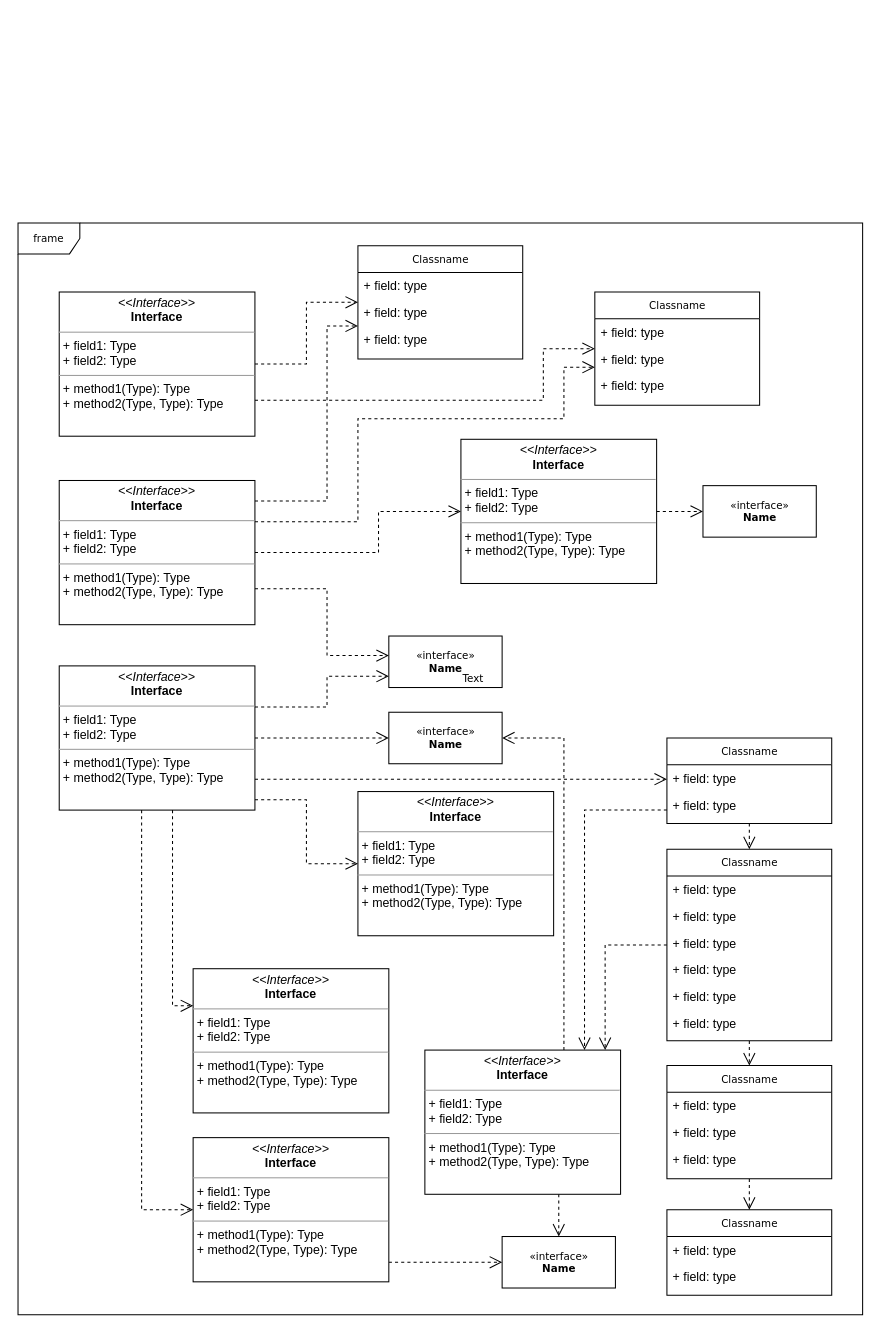
Earlier version of the draw.io diagram Untitled Diagram.drawio (yangj404/ReadABook_Introduction_to_the_design_of_algorithm). Source tidied: cells renumbered, new cells numbered last; positions are measured from the earlier drawing's top-left corner, leaving out a move shared by most shapes. Both pictures are drawn from the tidied source at 103%, with x=0, y=0 at pixel (18, 222).
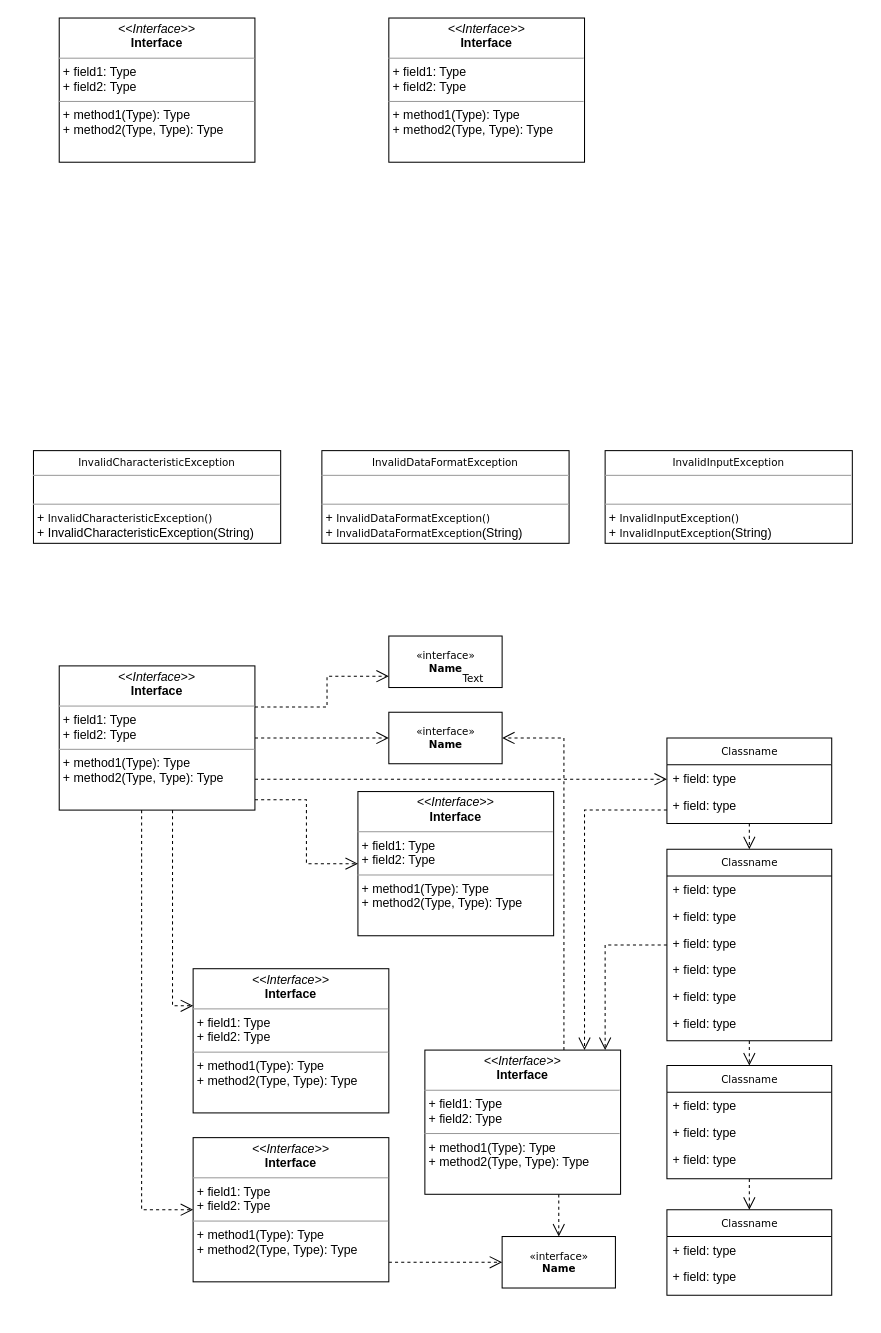
The same diagram, later.

Unchanged cells that the change refers to:
```xml
<mxCell id="41" value="&amp;laquo;interface&amp;raquo;&lt;br&gt;&lt;b&gt;Name&lt;/b&gt;" style="html=1;rounded=0;shadow=0;comic=0;labelBackgroundColor=none;strokeWidth=1;fontFamily=Verdana;fontSize=10;align=center;" parent="1" vertex="1">
  <mxGeometry x="360" y="401" width="110" height="50" as="geometry" />
</mxCell>
```

Change to the diagram source:
```diff
@@
-    <mxCell id="2" value="frame" style="shape=umlFrame;whiteSpace=wrap;html=1;rounded=0;shadow=0;comic=0;labelBackgroundColor=none;strokeWidth=1;fontFamily=Verdana;fontSize=10;align=center;" parent="1" vertex="1">
-      <mxGeometry width="820" height="1060" as="geometry" />
-    </mxCell>
@@
-    <mxCell id="12" value="Classname" style="swimlane;html=1;fontStyle=0;horizontal=1;startSize=26;fillColor=none;swimlaneFillColor=#ffffff;rounded=0;shadow=0;comic=0;labelBackgroundColor=none;strokeWidth=1;fontFamily=Verdana;fontSize=10;align=center;" parent="1" vertex="1">
-      <mxGeometry x="330" y="22" width="160" height="110" as="geometry" />
-    </mxCell>
-    <mxCell id="13" value="+ field: type" style="text;html=1;strokeColor=none;fillColor=none;align=left;verticalAlign=top;spacingLeft=4;spacingRight=4;whiteSpace=wrap;overflow=hidden;" parent="12" vertex="1">
-      <mxGeometry y="26" width="160" height="26" as="geometry" />
-    </mxCell>
-    <mxCell id="14" value="+ field: type" style="text;html=1;strokeColor=none;fillColor=none;align=left;verticalAlign=top;spacingLeft=4;spacingRight=4;whiteSpace=wrap;overflow=hidden;" parent="12" vertex="1">
-      <mxGeometry y="52" width="160" height="26" as="geometry" />
-    </mxCell>
-    <mxCell id="15" value="+ field: type" style="text;html=1;strokeColor=none;fillColor=none;align=left;verticalAlign=top;spacingLeft=4;spacingRight=4;whiteSpace=wrap;overflow=hidden;" parent="12" vertex="1">
-      <mxGeometry y="78" width="160" height="26" as="geometry" />
-    </mxCell>
-    <mxCell id="16" value="Classname" style="swimlane;html=1;fontStyle=0;horizontal=1;startSize=26;fillColor=none;swimlaneFillColor=#ffffff;rounded=0;shadow=0;comic=0;labelBackgroundColor=none;strokeWidth=1;fontFamily=Verdana;fontSize=10;align=center;" parent="1" vertex="1">
-      <mxGeometry x="560" y="67" width="160" height="110" as="geometry" />
-    </mxCell>
-    <mxCell id="17" value="+ field: type" style="text;html=1;strokeColor=none;fillColor=none;align=left;verticalAlign=top;spacingLeft=4;spacingRight=4;whiteSpace=wrap;overflow=hidden;" parent="16" vertex="1">
-      <mxGeometry y="26" width="160" height="26" as="geometry" />
-    </mxCell>
-    <mxCell id="18" value="+ field: type" style="text;html=1;strokeColor=none;fillColor=none;align=left;verticalAlign=top;spacingLeft=4;spacingRight=4;whiteSpace=wrap;overflow=hidden;" parent="16" vertex="1">
-      <mxGeometry y="52" width="160" height="26" as="geometry" />
-    </mxCell>
-    <mxCell id="19" value="+ field: type" style="text;html=1;strokeColor=none;fillColor=none;align=left;verticalAlign=top;spacingLeft=4;spacingRight=4;whiteSpace=wrap;overflow=hidden;" parent="16" vertex="1">
-      <mxGeometry y="78" width="160" height="26" as="geometry" />
-    </mxCell>
@@
-    <mxCell id="42" style="edgeStyle=orthogonalEdgeStyle;rounded=0;html=1;dashed=1;labelBackgroundColor=none;startFill=0;endArrow=open;endFill=0;endSize=10;fontFamily=Verdana;fontSize=10;" parent="1" edge="1" source="43" target="45">
-      <mxGeometry relative="1" as="geometry" />
-    </mxCell>
     <mxCell id="43" value="&lt;p style=&quot;margin:0px;margin-top:4px;text-align:center;&quot;&gt;&lt;i&gt;&amp;lt;&amp;lt;Interface&amp;gt;&amp;gt;&lt;/i&gt;&lt;br/&gt;&lt;b&gt;Interface&lt;/b&gt;&lt;/p&gt;&lt;hr size=&quot;1&quot;/&gt;&lt;p style=&quot;margin:0px;margin-left:4px;&quot;&gt;+ field1: Type&lt;br/&gt;+ field2: Type&lt;/p&gt;&lt;hr size=&quot;1&quot;/&gt;&lt;p style=&quot;margin:0px;margin-left:4px;&quot;&gt;+ method1(Type): Type&lt;br/&gt;+ method2(Type, Type): Type&lt;/p&gt;" style="verticalAlign=top;align=left;overflow=fill;fontSize=12;fontFamily=Helvetica;html=1;rounded=0;shadow=0;comic=0;labelBackgroundColor=none;strokeWidth=1;" parent="1" vertex="1">
-      <mxGeometry x="430" y="210" width="190" height="140" as="geometry" />
+      <mxGeometry x="40" y="-199" width="190" height="140" as="geometry" />
     </mxCell>
@@
-    <mxCell id="45" value="&amp;laquo;interface&amp;raquo;&lt;br&gt;&lt;b&gt;Name&lt;/b&gt;" style="html=1;rounded=0;shadow=0;comic=0;labelBackgroundColor=none;strokeWidth=1;fontFamily=Verdana;fontSize=10;align=center;" parent="1" vertex="1">
-      <mxGeometry x="665" y="255" width="110" height="50" as="geometry" />
-    </mxCell>
-    <mxCell id="46" style="edgeStyle=orthogonalEdgeStyle;rounded=0;html=1;labelBackgroundColor=none;startFill=0;endArrow=open;endFill=0;endSize=10;fontFamily=Verdana;fontSize=10;dashed=1;" parent="1" edge="1" source="48" target="12">
-      <mxGeometry relative="1" as="geometry" />
-    </mxCell>
-    <mxCell id="47" style="edgeStyle=orthogonalEdgeStyle;rounded=0;html=1;exitX=1;exitY=0.75;dashed=1;labelBackgroundColor=none;startFill=0;endArrow=open;endFill=0;endSize=10;fontFamily=Verdana;fontSize=10;" parent="1" edge="1" source="48" target="16">
-      <mxGeometry relative="1" as="geometry">
-        <Array as="points">
-          <mxPoint x="510" y="172" />
-          <mxPoint x="510" y="122" />
-        </Array>
-      </mxGeometry>
-    </mxCell>
-    <mxCell id="48" value="&lt;p style=&quot;margin:0px;margin-top:4px;text-align:center;&quot;&gt;&lt;i&gt;&amp;lt;&amp;lt;Interface&amp;gt;&amp;gt;&lt;/i&gt;&lt;br/&gt;&lt;b&gt;Interface&lt;/b&gt;&lt;/p&gt;&lt;hr size=&quot;1&quot;/&gt;&lt;p style=&quot;margin:0px;margin-left:4px;&quot;&gt;+ field1: Type&lt;br/&gt;+ field2: Type&lt;/p&gt;&lt;hr size=&quot;1&quot;/&gt;&lt;p style=&quot;margin:0px;margin-left:4px;&quot;&gt;+ method1(Type): Type&lt;br/&gt;+ method2(Type, Type): Type&lt;/p&gt;" style="verticalAlign=top;align=left;overflow=fill;fontSize=12;fontFamily=Helvetica;html=1;rounded=0;shadow=0;comic=0;labelBackgroundColor=none;strokeWidth=1;" parent="1" vertex="1">
-      <mxGeometry x="40" y="67" width="190" height="140" as="geometry" />
-    </mxCell>
-    <mxCell id="49" style="edgeStyle=orthogonalEdgeStyle;rounded=0;html=1;dashed=1;labelBackgroundColor=none;startFill=0;endArrow=open;endFill=0;endSize=10;fontFamily=Verdana;fontSize=10;" parent="1" edge="1" source="53" target="12">
-      <mxGeometry relative="1" as="geometry">
-        <Array as="points">
-          <mxPoint x="300" y="270" />
-          <mxPoint x="300" y="100" />
-        </Array>
-      </mxGeometry>
-    </mxCell>
-    <mxCell id="50" style="edgeStyle=orthogonalEdgeStyle;rounded=0;html=1;dashed=1;labelBackgroundColor=none;startFill=0;endArrow=open;endFill=0;endSize=10;fontFamily=Verdana;fontSize=10;" parent="1" edge="1" source="53" target="16">
-      <mxGeometry relative="1" as="geometry">
-        <Array as="points">
-          <mxPoint x="330" y="290" />
-          <mxPoint x="330" y="190" />
-          <mxPoint x="530" y="190" />
-          <mxPoint x="530" y="140" />
-        </Array>
-      </mxGeometry>
-    </mxCell>
-    <mxCell id="51" style="edgeStyle=orthogonalEdgeStyle;rounded=0;html=1;dashed=1;labelBackgroundColor=none;startFill=0;endArrow=open;endFill=0;endSize=10;fontFamily=Verdana;fontSize=10;" parent="1" edge="1" source="53" target="43">
-      <mxGeometry relative="1" as="geometry">
-        <Array as="points">
-          <mxPoint x="350" y="320" />
-          <mxPoint x="350" y="280" />
-        </Array>
-      </mxGeometry>
-    </mxCell>
-    <mxCell id="52" style="edgeStyle=orthogonalEdgeStyle;rounded=0;html=1;exitX=1;exitY=0.75;dashed=1;labelBackgroundColor=none;startFill=0;endArrow=open;endFill=0;endSize=10;fontFamily=Verdana;fontSize=10;" parent="1" edge="1" source="53" target="41">
-      <mxGeometry relative="1" as="geometry">
-        <Array as="points">
-          <mxPoint x="300" y="355" />
-          <mxPoint x="300" y="420" />
-        </Array>
-      </mxGeometry>
-    </mxCell>
-    <mxCell id="53" value="&lt;p style=&quot;margin:0px;margin-top:4px;text-align:center;&quot;&gt;&lt;i&gt;&amp;lt;&amp;lt;Interface&amp;gt;&amp;gt;&lt;/i&gt;&lt;br/&gt;&lt;b&gt;Interface&lt;/b&gt;&lt;/p&gt;&lt;hr size=&quot;1&quot;/&gt;&lt;p style=&quot;margin:0px;margin-left:4px;&quot;&gt;+ field1: Type&lt;br/&gt;+ field2: Type&lt;/p&gt;&lt;hr size=&quot;1&quot;/&gt;&lt;p style=&quot;margin:0px;margin-left:4px;&quot;&gt;+ method1(Type): Type&lt;br/&gt;+ method2(Type, Type): Type&lt;/p&gt;" style="verticalAlign=top;align=left;overflow=fill;fontSize=12;fontFamily=Helvetica;html=1;rounded=0;shadow=0;comic=0;labelBackgroundColor=none;strokeWidth=1;" parent="1" vertex="1">
-      <mxGeometry x="40" y="250" width="190" height="140" as="geometry" />
+    <mxCell id="53" value="&lt;p style=&quot;margin: 0px ; margin-top: 4px ; text-align: center&quot;&gt;&lt;span style=&quot;font-family: &amp;#34;verdana&amp;#34; ; font-size: 10px&quot;&gt;InvalidCharacteristicException&lt;/span&gt;&lt;br&gt;&lt;/p&gt;&lt;hr size=&quot;1&quot;&gt;&lt;p style=&quot;margin: 0px ; margin-left: 4px&quot;&gt;&lt;br&gt;&lt;/p&gt;&lt;hr size=&quot;1&quot;&gt;&lt;p style=&quot;margin: 0px ; margin-left: 4px&quot;&gt;+&amp;nbsp;&lt;span style=&quot;font-family: &amp;#34;verdana&amp;#34; ; font-size: 10px ; text-align: center&quot;&gt;InvalidCharacteristicException()&lt;/span&gt;&lt;br&gt;+&amp;nbsp;InvalidCharacteristicException(String)&lt;/p&gt;" style="verticalAlign=top;align=left;overflow=fill;fontSize=12;fontFamily=Helvetica;html=1;rounded=0;shadow=0;comic=0;labelBackgroundColor=none;strokeWidth=1;" parent="1" vertex="1">
+      <mxGeometry x="15" y="221" width="240" height="90" as="geometry" />
     </mxCell>
@@
+    <mxCell id="62" value="&lt;p style=&quot;margin: 0px ; margin-top: 4px ; text-align: center&quot;&gt;&lt;span style=&quot;font-family: &amp;#34;verdana&amp;#34; ; font-size: 10px&quot;&gt;InvalidDataFormatException&lt;/span&gt;&lt;br&gt;&lt;/p&gt;&lt;hr size=&quot;1&quot;&gt;&lt;p style=&quot;margin: 0px ; margin-left: 4px&quot;&gt;&lt;br&gt;&lt;/p&gt;&lt;hr size=&quot;1&quot;&gt;&lt;p style=&quot;margin: 0px ; margin-left: 4px&quot;&gt;+&amp;nbsp;&lt;span style=&quot;font-size: 10px ; text-align: center ; font-family: &amp;#34;verdana&amp;#34;&quot;&gt;InvalidDataFormatException&lt;/span&gt;&lt;span style=&quot;font-family: &amp;#34;verdana&amp;#34; ; font-size: 10px ; text-align: center&quot;&gt;()&lt;/span&gt;&lt;br&gt;+&amp;nbsp;&lt;span style=&quot;font-size: 10px ; text-align: center ; font-family: &amp;#34;verdana&amp;#34;&quot;&gt;InvalidDataFormatException&lt;/span&gt;(String)&lt;/p&gt;" style="verticalAlign=top;align=left;overflow=fill;fontSize=12;fontFamily=Helvetica;html=1;rounded=0;shadow=0;comic=0;labelBackgroundColor=none;strokeWidth=1;" parent="1" vertex="1">
+      <mxGeometry x="295" y="221" width="240" height="90" as="geometry" />
+    </mxCell>
+    <mxCell id="48" value="&lt;p style=&quot;margin:0px;margin-top:4px;text-align:center;&quot;&gt;&lt;i&gt;&amp;lt;&amp;lt;Interface&amp;gt;&amp;gt;&lt;/i&gt;&lt;br/&gt;&lt;b&gt;Interface&lt;/b&gt;&lt;/p&gt;&lt;hr size=&quot;1&quot;/&gt;&lt;p style=&quot;margin:0px;margin-left:4px;&quot;&gt;+ field1: Type&lt;br/&gt;+ field2: Type&lt;/p&gt;&lt;hr size=&quot;1&quot;/&gt;&lt;p style=&quot;margin:0px;margin-left:4px;&quot;&gt;+ method1(Type): Type&lt;br/&gt;+ method2(Type, Type): Type&lt;/p&gt;" style="verticalAlign=top;align=left;overflow=fill;fontSize=12;fontFamily=Helvetica;html=1;rounded=0;shadow=0;comic=0;labelBackgroundColor=none;strokeWidth=1;" parent="1" vertex="1">
+      <mxGeometry x="360" y="-199" width="190" height="140" as="geometry" />
+    </mxCell>
+    <mxCell id="63" value="&lt;p style=&quot;margin: 0px ; margin-top: 4px ; text-align: center&quot;&gt;&lt;span style=&quot;font-family: &amp;#34;verdana&amp;#34; ; font-size: 10px&quot;&gt;InvalidInputException&lt;/span&gt;&lt;br&gt;&lt;/p&gt;&lt;hr size=&quot;1&quot;&gt;&lt;p style=&quot;margin: 0px ; margin-left: 4px&quot;&gt;&lt;br&gt;&lt;/p&gt;&lt;hr size=&quot;1&quot;&gt;&lt;p style=&quot;margin: 0px ; margin-left: 4px&quot;&gt;+&amp;nbsp;&lt;span style=&quot;font-family: &amp;#34;verdana&amp;#34; ; font-size: 10px ; text-align: center&quot;&gt;InvalidInputException&lt;/span&gt;&lt;span style=&quot;font-family: &amp;#34;verdana&amp;#34; ; font-size: 10px ; text-align: center&quot;&gt;()&lt;/span&gt;&lt;br&gt;+&amp;nbsp;&lt;span style=&quot;font-family: &amp;#34;verdana&amp;#34; ; font-size: 10px ; text-align: center&quot;&gt;InvalidInputException&lt;/span&gt;(String)&lt;/p&gt;" style="verticalAlign=top;align=left;overflow=fill;fontSize=12;fontFamily=Helvetica;html=1;rounded=0;shadow=0;comic=0;labelBackgroundColor=none;strokeWidth=1;" parent="1" vertex="1">
+      <mxGeometry x="570" y="221" width="240" height="90" as="geometry" />
+    </mxCell>
```
